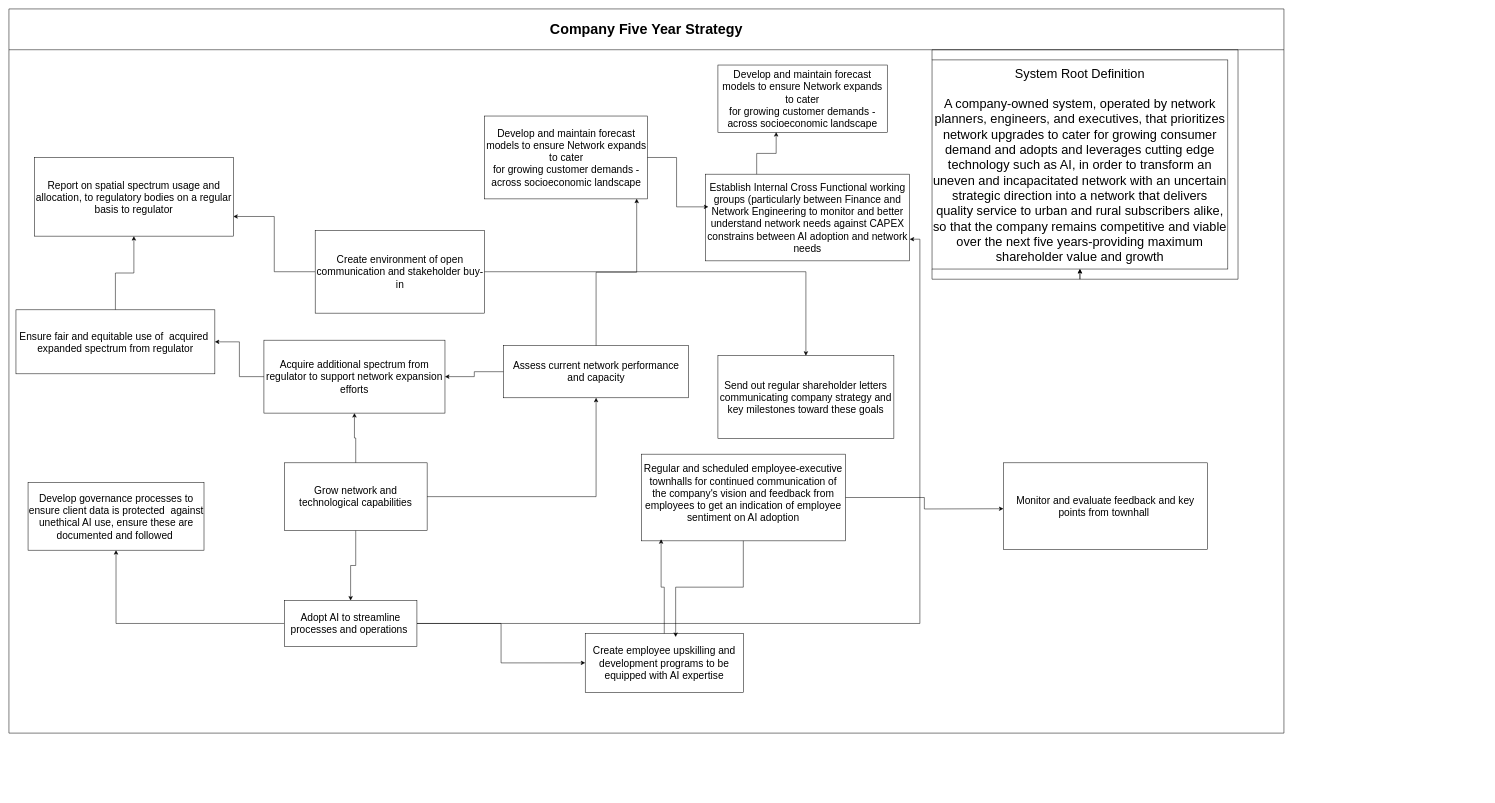
pamelafful/Prescriptive-Analytics keeps this draw.io diagram as latest_ssm_conceptual_model_final.drawio. Above is the earlier version. Source tidied: cells renumbered, new cells numbered last; positions are measured from the earlier drawing's top-left corner, leaving out a move shared by most shapes. Both pictures are drawn from the tidied source at 51%, with x=0, y=0 at pixel (9, 9).
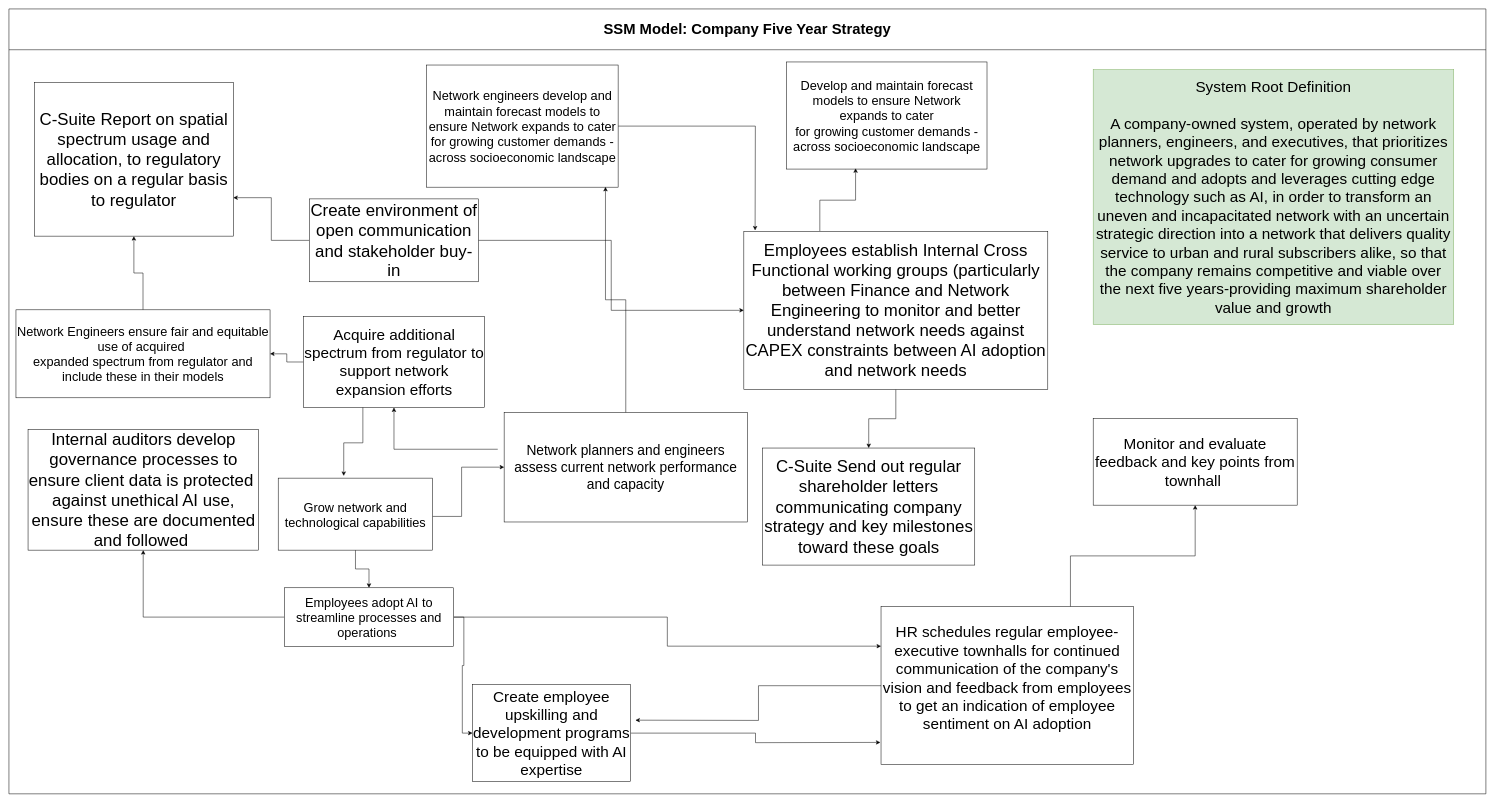
The same page after the edit.

Change to the diagram source:
```diff
@@
-    <mxCell id="2" value="Company Five Year Strategy" style="swimlane;whiteSpace=wrap;startSize=80;fontSize=28;" parent="1" vertex="1">
-      <mxGeometry width="2500" height="1420" as="geometry" />
+    <mxCell id="2" value="SSM Model: Company Five Year Strategy" style="swimlane;whiteSpace=wrap;startSize=80;fontSize=29;" parent="1" vertex="1">
+      <mxGeometry width="2896" height="1539" as="geometry" />
     </mxCell>
-    <mxCell id="3" style="edgeStyle=orthogonalEdgeStyle;rounded=0;jettySize=auto;html=1;defaultLabelBackgroundColor=page;" parent="2" edge="1" source="4" target="23">
+    <mxCell id="3" style="edgeStyle=orthogonalEdgeStyle;rounded=0;jettySize=auto;html=1;defaultLabelBackgroundColor=page;fontSize=25;" parent="2" edge="1" source="4" target="23">
       <mxGeometry relative="1" as="geometry" />
     </mxCell>
-    <mxCell id="4" value="Ensure fair and equitable use of  acquired &#10;expanded spectrum from regulator" style="fontSize=20;" parent="2" vertex="1">
-      <mxGeometry x="13.8" y="590" width="390" height="125.5" as="geometry" />
+    <mxCell id="4" value="Network Engineers ensure fair and equitable use of acquired &#10;expanded spectrum from regulator and include these in their models" style="fontSize=25;whiteSpace=wrap;" parent="2" vertex="1">
+      <mxGeometry x="13.8" y="590" width="498.2" height="172.5" as="geometry" />
     </mxCell>
-    <mxCell id="5" style="edgeStyle=orthogonalEdgeStyle;rounded=0;jettySize=auto;html=1;entryX=0.5;entryY=0;entryDx=0;entryDy=0;defaultLabelBackgroundColor=page;" parent="2" edge="1" source="7" target="11">
+    <mxCell id="5" style="edgeStyle=orthogonalEdgeStyle;rounded=0;jettySize=auto;html=1;entryX=0.5;entryY=0;entryDx=0;entryDy=0;defaultLabelBackgroundColor=page;fontSize=25;" parent="2" edge="1" source="7" target="11">
       <mxGeometry relative="1" as="geometry" />
     </mxCell>
-    <mxCell id="6" style="edgeStyle=orthogonalEdgeStyle;rounded=0;jettySize=auto;html=1;defaultLabelBackgroundColor=page;" parent="2" edge="1" source="7" target="30">
-      <mxGeometry relative="1" as="geometry" />
-    </mxCell>
-    <mxCell id="7" value="Grow network and technological capabilities" style="fontSize=20;whiteSpace=wrap;" parent="2" vertex="1">
-      <mxGeometry x="540" y="890" width="280" height="132.5" as="geometry" />
+    <mxCell id="7" value="Grow network and technological capabilities" style="fontSize=25;whiteSpace=wrap;" parent="2" vertex="1">
+      <mxGeometry x="528" y="920" width="303" height="141.2" as="geometry" />
     </mxCell>
-    <mxCell id="8" style="edgeStyle=orthogonalEdgeStyle;rounded=0;jettySize=auto;html=1;defaultLabelBackgroundColor=page;entryX=0;entryY=0.5;entryDx=0;entryDy=0;" parent="2" edge="1" source="11" target="16">
+    <mxCell id="8" style="edgeStyle=orthogonalEdgeStyle;rounded=0;jettySize=auto;html=1;defaultLabelBackgroundColor=page;entryX=0;entryY=0.5;entryDx=0;entryDy=0;fontSize=25;" parent="2" edge="1" source="11" target="16">
       <mxGeometry x="-0.36" relative="1" as="geometry" />
     </mxCell>
-    <mxCell id="9" style="edgeStyle=orthogonalEdgeStyle;rounded=0;jettySize=auto;html=1;defaultLabelBackgroundColor=page;" parent="2" edge="1" source="11" target="13">
+    <mxCell id="9" style="edgeStyle=orthogonalEdgeStyle;rounded=0;jettySize=auto;html=1;defaultLabelBackgroundColor=page;fontSize=25;" parent="2" edge="1" source="11" target="13">
       <mxGeometry relative="1" as="geometry" />
     </mxCell>
-    <mxCell id="10" style="edgeStyle=orthogonalEdgeStyle;rounded=0;jettySize=auto;html=1;entryX=1;entryY=0.75;entryDx=0;entryDy=0;defaultLabelBackgroundColor=page;" parent="2" edge="1" source="11" target="12">
-      <mxGeometry relative="1" as="geometry" />
-    </mxCell>
+    <mxCell id="38" style="edgeStyle=orthogonalEdgeStyle;rounded=0;jettySize=auto;html=1;entryX=0;entryY=0.25;entryDx=0;entryDy=0;defaultLabelBackgroundColor=page;" parent="2" edge="1" source="11" target="25">
+      <mxGeometry relative="1" as="geometry" />
+    </mxCell>
-    <mxCell id="11" value="Adopt AI to streamline processes and operations " style="fontSize=20;whiteSpace=wrap;" parent="2" vertex="1">
-      <mxGeometry x="540" y="1160" width="260" height="90" as="geometry" />
+    <mxCell id="11" value="Employees adopt AI to streamline processes and operations " style="fontSize=25;whiteSpace=wrap;" parent="2" vertex="1">
+      <mxGeometry x="540" y="1135" width="332" height="115" as="geometry" />
     </mxCell>
-    <mxCell id="12" value="&lt;font style=&quot;font-size: 20px;&quot;&gt;Establish Internal Cross Functional working groups (particularly between Finance and Network Engineering&amp;nbsp;to monitor and better understand network needs against CAPEX constrains between AI adoption and network needs&lt;/font&gt;" style="whiteSpace=wrap;html=1;" parent="2" vertex="1">
-      <mxGeometry x="1366.2" y="324" width="400" height="170" as="geometry" />
-    </mxCell>
-    <mxCell id="13" value="&lt;font style=&quot;font-size: 20px;&quot;&gt;Develop governance processes to ensure client data is protected&amp;nbsp; against unethical AI use, ensure these are documented and followed&amp;nbsp;&lt;/font&gt;" style="whiteSpace=wrap;html=1;" parent="2" vertex="1">
-      <mxGeometry x="37.5" y="928.8" width="345" height="132.5" as="geometry" />
+    <mxCell id="13" value="&lt;font style=&quot;font-size: 33px;&quot;&gt;Internal auditors develop governance processes to ensure client data is protected&amp;nbsp; against unethical AI use, ensure these are documented and followed&amp;nbsp;&lt;/font&gt;" style="whiteSpace=wrap;html=1;fontSize=25;" parent="2" vertex="1">
+      <mxGeometry x="37.5" y="825" width="451.5" height="236.2" as="geometry" />
     </mxCell>
-    <mxCell id="14" style="edgeStyle=orthogonalEdgeStyle;rounded=0;jettySize=auto;html=1;entryX=1;entryY=0.75;entryDx=0;entryDy=0;defaultLabelBackgroundColor=page;" parent="2" edge="1" source="15" target="23">
+    <mxCell id="14" style="edgeStyle=orthogonalEdgeStyle;rounded=0;jettySize=auto;html=1;entryX=1;entryY=0.75;entryDx=0;entryDy=0;defaultLabelBackgroundColor=page;fontSize=25;" parent="2" edge="1" source="15" target="23">
       <mxGeometry relative="1" as="geometry" />
     </mxCell>
-    <mxCell id="15" value="&lt;font style=&quot;font-size: 20px;&quot;&gt;Create environment of open communication and stakeholder buy-in&lt;/font&gt;" style="whiteSpace=wrap;html=1;" parent="2" vertex="1">
-      <mxGeometry x="600.5" y="434" width="332" height="162.5" as="geometry" />
+    <mxCell id="15" value="&lt;font style=&quot;font-size: 33px;&quot;&gt;Create environment of open communication and stakeholder buy-in&lt;/font&gt;" style="whiteSpace=wrap;html=1;fontSize=25;" parent="2" vertex="1">
+      <mxGeometry x="589" y="372.5" width="332" height="162.5" as="geometry" />
     </mxCell>
+    <mxCell id="39" style="edgeStyle=orthogonalEdgeStyle;rounded=0;jettySize=auto;html=1;defaultLabelBackgroundColor=page;" parent="2" edge="1" source="16">
+      <mxGeometry relative="1" as="geometry">
+        <mxPoint x="1708.8" y="1438.2" as="targetPoint" />
+      </mxGeometry>
+    </mxCell>
-    <mxCell id="16" value="&lt;font style=&quot;font-size: 20px;&quot;&gt;Create employee upskilling and development programs to be equipped with AI expertise&lt;/font&gt;" style="whiteSpace=wrap;html=1;fontSize=15;" parent="2" vertex="1">
-      <mxGeometry x="1130" y="1224.5" width="310" height="115.5" as="geometry" />
+    <mxCell id="16" value="&lt;font style=&quot;font-size: 30px;&quot;&gt;Create employee upskilling and development programs to be equipped with AI expertise&lt;/font&gt;" style="whiteSpace=wrap;html=1;fontSize=25;" parent="2" vertex="1">
+      <mxGeometry x="909" y="1325" width="310" height="190" as="geometry" />
     </mxCell>
-    <mxCell id="17" style="edgeStyle=orthogonalEdgeStyle;rounded=0;jettySize=auto;html=1;defaultLabelBackgroundColor=page;" parent="2" edge="1" source="7" target="19">
-      <mxGeometry relative="1" as="geometry" />
+    <mxCell id="17" style="edgeStyle=orthogonalEdgeStyle;rounded=0;jettySize=auto;html=1;defaultLabelBackgroundColor=page;fontSize=25;" parent="2" edge="1" source="7" target="19">
+      <mxGeometry relative="1" as="geometry">
+        <Array as="points">
+          <mxPoint x="887.6" y="995.1" />
+          <mxPoint x="887.6" y="898.5" />
+        </Array>
+      </mxGeometry>
     </mxCell>
-    <mxCell id="18" style="edgeStyle=orthogonalEdgeStyle;rounded=0;jettySize=auto;html=1;defaultLabelBackgroundColor=page;" parent="2" edge="1" source="19" target="30">
-      <mxGeometry relative="1" as="geometry" />
+    <mxCell id="18" style="edgeStyle=orthogonalEdgeStyle;rounded=0;jettySize=auto;html=1;defaultLabelBackgroundColor=page;fontSize=25;" parent="2" edge="1" target="30">
+      <mxGeometry x="-0.04" relative="1" as="geometry">
+        <mxPoint x="958.5" y="863.4" as="sourcePoint" />
+        <Array as="points">
+          <mxPoint x="755" y="863.4" />
+        </Array>
+      </mxGeometry>
     </mxCell>
-    <mxCell id="19" value="Assess current network performance and capacity" style="fontSize=20;whiteSpace=wrap;" parent="2" vertex="1">
-      <mxGeometry x="970" y="660" width="362.5" height="102.5" as="geometry" />
+    <mxCell id="19" value="Network planners and engineers assess current network performance and capacity" style="fontSize=27;whiteSpace=wrap;" parent="2" vertex="1">
+      <mxGeometry x="971" y="791" width="477" height="215" as="geometry" />
     </mxCell>
+    <mxCell id="40" style="edgeStyle=orthogonalEdgeStyle;rounded=0;jettySize=auto;html=1;exitX=1;exitY=0.5;exitDx=0;exitDy=0;defaultLabelBackgroundColor=page;" parent="2" edge="1" source="20">
+      <mxGeometry relative="1" as="geometry">
+        <mxPoint x="1463.1" y="434.3" as="targetPoint" />
+      </mxGeometry>
+    </mxCell>
-    <mxCell id="20" value="Develop and maintain forecast models to ensure Network expands to cater &#10;for growing customer demands -&#10;across socioeconomic landscape" style="fontSize=20;whiteSpace=wrap;" parent="2" vertex="1">
-      <mxGeometry x="932.5" y="210" width="319.5" height="162.5" as="geometry" />
+    <mxCell id="20" value="Network engineers develop and maintain forecast models to ensure Network expands to cater &#10;for growing customer demands -&#10;across socioeconomic landscape" style="fontSize=25;whiteSpace=wrap;" parent="2" vertex="1">
+      <mxGeometry x="819" y="110" width="375.5" height="239.5" as="geometry" />
     </mxCell>
-    <mxCell id="21" style="edgeStyle=orthogonalEdgeStyle;rounded=0;jettySize=auto;html=1;entryX=0.934;entryY=0.998;entryDx=0;entryDy=0;entryPerimeter=0;defaultLabelBackgroundColor=page;" parent="2" edge="1" source="19" target="20">
+    <mxCell id="21" style="edgeStyle=orthogonalEdgeStyle;rounded=0;jettySize=auto;html=1;entryX=0.934;entryY=0.998;entryDx=0;entryDy=0;entryPerimeter=0;defaultLabelBackgroundColor=page;fontSize=25;" parent="2" edge="1" source="19" target="20">
       <mxGeometry relative="1" as="geometry" />
     </mxCell>
-    <mxCell id="22" style="edgeStyle=orthogonalEdgeStyle;rounded=0;jettySize=auto;html=1;entryX=0.013;entryY=0.377;entryDx=0;entryDy=0;entryPerimeter=0;defaultLabelBackgroundColor=page;" parent="2" edge="1" source="20" target="12">
-      <mxGeometry relative="1" as="geometry" />
-    </mxCell>
-    <mxCell id="23" value="&lt;font style=&quot;font-size: 20px;&quot;&gt;Report on spatial spectrum usage and allocation, to regulatory bodies on a regular basis to regulator&lt;/font&gt;" style="whiteSpace=wrap;html=1;" parent="2" vertex="1">
-      <mxGeometry x="50" y="291.5" width="390" height="154" as="geometry" />
+    <mxCell id="23" value="&lt;font style=&quot;font-size: 33px;&quot;&gt;C-Suite Report on spatial spectrum usage and allocation, to regulatory bodies on a regular basis to regulator&lt;/font&gt;" style="whiteSpace=wrap;html=1;fontSize=25;" parent="2" vertex="1">
+      <mxGeometry x="50" y="144" width="390" height="301.5" as="geometry" />
     </mxCell>
-    <mxCell id="24" style="edgeStyle=orthogonalEdgeStyle;rounded=0;jettySize=auto;html=1;defaultLabelBackgroundColor=page;" parent="2" edge="1" source="25">
-      <mxGeometry relative="1" as="geometry">
-        <mxPoint x="1950" y="980" as="targetPoint" />
-      </mxGeometry>
-    </mxCell>
-    <mxCell id="25" value="&lt;font style=&quot;font-size: 20px;&quot;&gt;Regular and scheduled employee-executive townhalls for continued communication of the company's vision and feedback from employees to get an indication of employee sentiment on AI adoption&lt;/font&gt;&lt;div&gt;&lt;br&gt;&lt;/div&gt;" style="whiteSpace=wrap;html=1;fontSize=15;" parent="2" vertex="1">
-      <mxGeometry x="1240" y="873" width="400" height="170" as="geometry" />
-    </mxCell>
-    <mxCell id="26" value="&lt;font style=&quot;font-size: 20px;&quot;&gt;Send out regular shareholder letters communicating company strategy and key milestones toward these goals&lt;/font&gt;" style="whiteSpace=wrap;html=1;" parent="2" vertex="1">
-      <mxGeometry x="1390.2" y="680" width="345" height="162.5" as="geometry" />
+    <mxCell id="26" value="&lt;font style=&quot;font-size: 33px;&quot;&gt;C-Suite Send out regular shareholder letters communicating company strategy and key milestones toward these goals&lt;/font&gt;" style="whiteSpace=wrap;html=1;fontSize=25;" parent="2" vertex="1">
+      <mxGeometry x="1478" y="861" width="415.8" height="229.5" as="geometry" />
     </mxCell>
-    <mxCell id="27" value="Develop and maintain forecast models to ensure Network expands to cater &#10;for growing customer demands -&#10;across socioeconomic landscape" style="fontSize=20;whiteSpace=wrap;" parent="2" vertex="1">
-      <mxGeometry x="1390.2" y="110" width="332" height="132.5" as="geometry" />
+    <mxCell id="27" value="Develop and maintain forecast models to ensure Network expands to cater &#10;for growing customer demands -&#10;across socioeconomic landscape" style="fontSize=25;whiteSpace=wrap;" parent="2" vertex="1">
+      <mxGeometry x="1525" y="104" width="392.8" height="210" as="geometry" />
     </mxCell>
-    <mxCell id="28" style="edgeStyle=orthogonalEdgeStyle;rounded=0;jettySize=auto;html=1;exitX=0.25;exitY=0;exitDx=0;exitDy=0;entryX=0.344;entryY=0.993;entryDx=0;entryDy=0;entryPerimeter=0;defaultLabelBackgroundColor=page;" parent="2" edge="1" source="12" target="27">
+    <mxCell id="28" style="edgeStyle=orthogonalEdgeStyle;rounded=0;jettySize=auto;html=1;exitX=0.25;exitY=0;exitDx=0;exitDy=0;entryX=0.344;entryY=0.993;entryDx=0;entryDy=0;entryPerimeter=0;defaultLabelBackgroundColor=page;fontSize=25;" parent="2" edge="1" source="12" target="27">
       <mxGeometry relative="1" as="geometry" />
     </mxCell>
-    <mxCell id="29" style="edgeStyle=orthogonalEdgeStyle;rounded=0;jettySize=auto;html=1;defaultLabelBackgroundColor=page;" parent="2" edge="1" source="30" target="4">
+    <mxCell id="29" style="edgeStyle=orthogonalEdgeStyle;rounded=0;jettySize=auto;html=1;defaultLabelBackgroundColor=page;fontSize=25;" parent="2" edge="1" source="30" target="4">
       <mxGeometry relative="1" as="geometry" />
     </mxCell>
-    <mxCell id="30" value="&lt;font style=&quot;font-size: 20px;&quot;&gt;Acquire additional spectrum from regulator to support network expansion efforts&lt;/font&gt;" style="whiteSpace=wrap;html=1;fontSize=15;" parent="2" vertex="1">
-      <mxGeometry x="500" y="649.5" width="355" height="143" as="geometry" />
+    <mxCell id="30" value="&lt;font style=&quot;font-size: 30px;&quot;&gt;Acquire additional spectrum from regulator to support network expansion efforts&lt;/font&gt;" style="whiteSpace=wrap;html=1;fontSize=25;" parent="2" vertex="1">
+      <mxGeometry x="577.5" y="603" width="355" height="178.5" as="geometry" />
     </mxCell>
-    <mxCell id="31" style="edgeStyle=orthogonalEdgeStyle;rounded=0;jettySize=auto;html=1;entryX=0.5;entryY=0;entryDx=0;entryDy=0;defaultLabelBackgroundColor=page;" parent="2" edge="1" source="15" target="26">
+    <mxCell id="31" style="edgeStyle=orthogonalEdgeStyle;rounded=0;jettySize=auto;html=1;entryX=0.5;entryY=0;entryDx=0;entryDy=0;defaultLabelBackgroundColor=page;fontSize=25;" parent="2" edge="1" source="12" target="26">
       <mxGeometry x="0.09" relative="1" as="geometry" />
     </mxCell>
-    <mxCell id="32" style="edgeStyle=orthogonalEdgeStyle;rounded=0;jettySize=auto;html=1;entryX=0.572;entryY=0.06;entryDx=0;entryDy=0;entryPerimeter=0;defaultLabelBackgroundColor=page;" parent="2" edge="1" source="25" target="16">
-      <mxGeometry relative="1" as="geometry" />
+    <mxCell id="32" style="edgeStyle=orthogonalEdgeStyle;rounded=0;jettySize=auto;html=1;defaultLabelBackgroundColor=page;fontSize=25;" parent="2" edge="1" source="25">
+      <mxGeometry relative="1" as="geometry">
+        <mxPoint x="1228.4" y="1394.6" as="targetPoint" />
+      </mxGeometry>
     </mxCell>
-    <mxCell id="33" value="System Root Definition&#10;&#10;A company-owned system, operated by network planners, engineers, and executives, that prioritizes  network upgrades to cater for growing consumer demand and adopts and leverages cutting edge technology such as AI, in order to transform an uneven and incapacitated network with an uncertain strategic direction into a network that delivers quality service to urban and rural subscribers alike, so that the company remains competitive and viable over the next five years-providing maximum shareholder value and growth" style="fontSize=25;fontStyle=0;whiteSpace=wrap;" parent="2" vertex="1">
-      <mxGeometry x="1810" y="100" width="580" height="410" as="geometry" />
+    <mxCell id="33" value="System Root Definition&#10;&#10;A company-owned system, operated by network planners, engineers, and executives, that prioritizes  network upgrades to cater for growing consumer demand and adopts and leverages cutting edge technology such as AI, in order to transform an uneven and incapacitated network with an uncertain strategic direction into a network that delivers quality service to urban and rural subscribers alike, so that the company remains competitive and viable over the next five years-providing maximum shareholder value and growth" style="fontSize=30;fontStyle=0;whiteSpace=wrap;fillColor=#d5e8d4;strokeColor=#82b366;" parent="2" vertex="1">
+      <mxGeometry x="2126" y="119" width="707" height="500" as="geometry" />
     </mxCell>
-    <mxCell id="34" style="edgeStyle=orthogonalEdgeStyle;rounded=0;orthogonalLoop=1;jettySize=auto;html=1;innerLoopWaypoints=1;exitX=0;exitY=0;exitDx=0;exitDy=0;defaultLabelBackgroundColor=page;" parent="2" edge="1" source="33" target="33">
-      <mxGeometry relative="1" as="geometry" />
-    </mxCell>
-    <mxCell id="35" style="edgeStyle=orthogonalEdgeStyle;rounded=0;orthogonalLoop=1;jettySize=auto;html=1;innerLoopWaypoints=1;exitX=0;exitY=1;exitDx=0;exitDy=0;defaultLabelBackgroundColor=page;" parent="2" edge="1" source="33" target="33">
-      <mxGeometry relative="1" as="geometry" />
-    </mxCell>
-    <mxCell id="36" style="edgeStyle=orthogonalEdgeStyle;rounded=0;jettySize=auto;html=1;entryX=0.097;entryY=0.982;entryDx=0;entryDy=0;entryPerimeter=0;defaultLabelBackgroundColor=page;" parent="2" edge="1" source="16" target="25">
-      <mxGeometry relative="1" as="geometry" />
-    </mxCell>
-    <mxCell id="37" value="&lt;div&gt;&lt;font style=&quot;font-size: 20px;&quot;&gt;Monitor and evaluate feedback and key points from townhall&amp;nbsp;&lt;/font&gt;&lt;/div&gt;" style="whiteSpace=wrap;html=1;fontSize=15;" parent="2" vertex="1">
-      <mxGeometry x="1950" y="890" width="400" height="170" as="geometry" />
+    <mxCell id="37" value="&lt;div&gt;&lt;font style=&quot;font-size: 30px;&quot;&gt;Monitor and evaluate feedback and key points from townhall&amp;nbsp;&lt;/font&gt;&lt;/div&gt;" style="whiteSpace=wrap;html=1;fontSize=25;" parent="2" vertex="1">
+      <mxGeometry x="2126" y="803" width="400" height="170" as="geometry" />
     </mxCell>
+    <mxCell id="41" style="edgeStyle=orthogonalEdgeStyle;rounded=0;jettySize=auto;html=1;exitX=0.75;exitY=0;exitDx=0;exitDy=0;defaultLabelBackgroundColor=page;" parent="2" edge="1" source="25" target="37">
+      <mxGeometry relative="1" as="geometry" />
+    </mxCell>
+    <mxCell id="25" value="&lt;font style=&quot;font-size: 30px;&quot;&gt;HR schedules regular employee-executive townhalls for continued communication of the company's vision and feedback from employees to get an indication of employee sentiment on AI adoption&lt;/font&gt;&lt;div&gt;&lt;br&gt;&lt;/div&gt;" style="whiteSpace=wrap;html=1;fontSize=25;" parent="2" vertex="1">
+      <mxGeometry x="1710" y="1172" width="495.2" height="310" as="geometry" />
+    </mxCell>
+    <mxCell id="42" style="edgeStyle=orthogonalEdgeStyle;rounded=0;jettySize=auto;html=1;defaultLabelBackgroundColor=page;fontSize=25;" parent="2" edge="1" source="15" target="12">
+      <mxGeometry x="0.09" relative="1" as="geometry" />
+    </mxCell>
+    <mxCell id="12" value="&lt;font style=&quot;font-size: 33px;&quot;&gt;Employees establish Internal Cross Functional working groups (particularly between Finance and Network Engineering&amp;nbsp;to monitor and better understand network needs against CAPEX constraints between AI adoption and network needs&lt;/font&gt;" style="whiteSpace=wrap;html=1;fontSize=25;" parent="2" vertex="1">
+      <mxGeometry x="1441" y="436" width="596" height="310" as="geometry" />
+    </mxCell>
+    <mxCell id="43" style="edgeStyle=orthogonalEdgeStyle;rounded=0;jettySize=auto;html=1;entryX=0.424;entryY=-0.031;entryDx=0;entryDy=0;entryPerimeter=0;defaultLabelBackgroundColor=page;" parent="2" edge="1" source="30" target="7">
+      <mxGeometry relative="1" as="geometry">
+        <Array as="points">
+          <mxPoint x="694" y="850.8" />
+          <mxPoint x="656.5" y="850.8" />
+        </Array>
+      </mxGeometry>
+    </mxCell>
```
